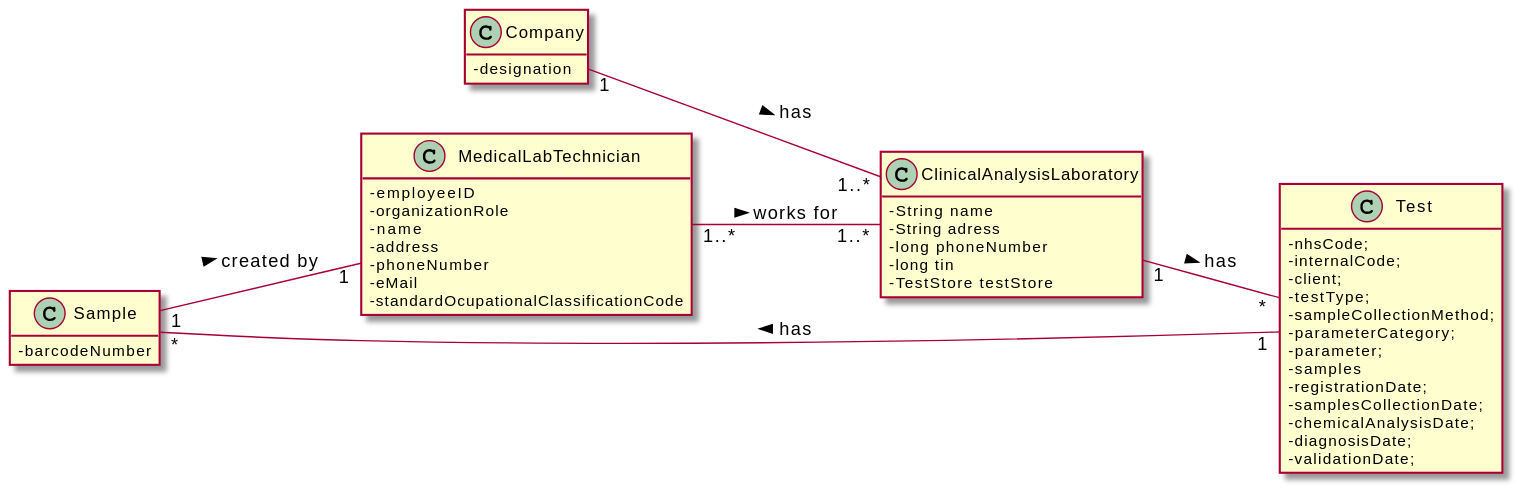
Earlier version of the PlantUML export docs/SprintD/US_2/UC2_MD.svg (RuiRioPina/LAPR2-20-21).
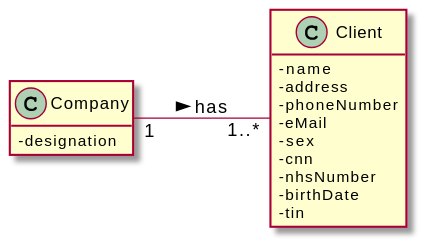
The same file after the commit.

What changed in the source:
```diff
@@ -3,51 +3,21 @@
 hide methods
 left to right direction
 
-class Sample {
-  -barcodeNumber
-}
-
 class Company {
   -designation
 }
 
-class ClinicalAnalysisLaboratory {
-  -String name
-  -String adress
-  -long phoneNumber
-  -long tin
-  -TestStore testStore
-  +getTestStore()
-}
-class Test {
-  -nhsCode;
-  -internalCode;
-  -client;
-  -testType;
-  -sampleCollectionMethod;
-  -parameterCategory;
-  -parameter;
-  -samples
-  -registrationDate;
-  -samplesCollectionDate;
-  -chemicalAnalysisDate;
-  -diagnosisDate;
-  -validationDate;
-}
-
-class MedicalLabTechnician {
-  -employeeID
-  -organizationRole
+class Client {
   -name
   -address
   -phoneNumber
   -eMail
-  -standardOcupationalClassificationCode
+  -sex
+  -cnn
+  -nhsNumber
+  -birthDate
+  -tin
 }
 
-Company "1" -- "1..*" ClinicalAnalysisLaboratory : has >
-ClinicalAnalysisLaboratory "1" -- "*" Test : has >
-MedicalLabTechnician "1..*" -- "1..*" ClinicalAnalysisLaboratory : works for >
-Test "1" -- "*" Sample : has >
-Sample "1" -- "1" MedicalLabTechnician : created by >
+Company "1" -- "1..*" Client : has >
 @enduml
```
